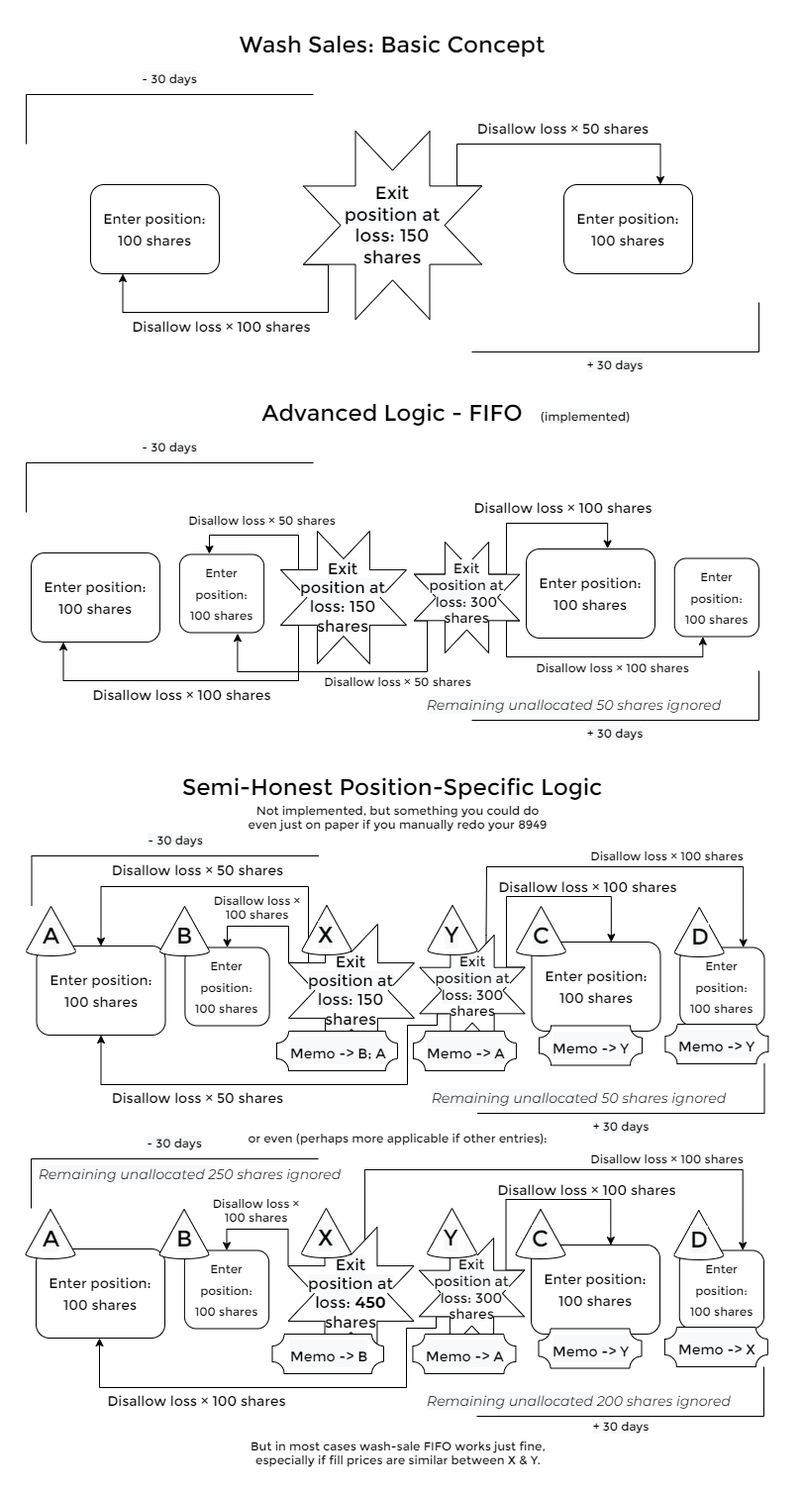
Earlier version of the draw.io export docs/compliance/wash-sale-logic.png (blocktransfer/py-TAD3-horizon). Source tidied: cells renumbered, new cells last; positions are measured from the earlier drawing's top-left corner, leaving out a move shared by most shapes.
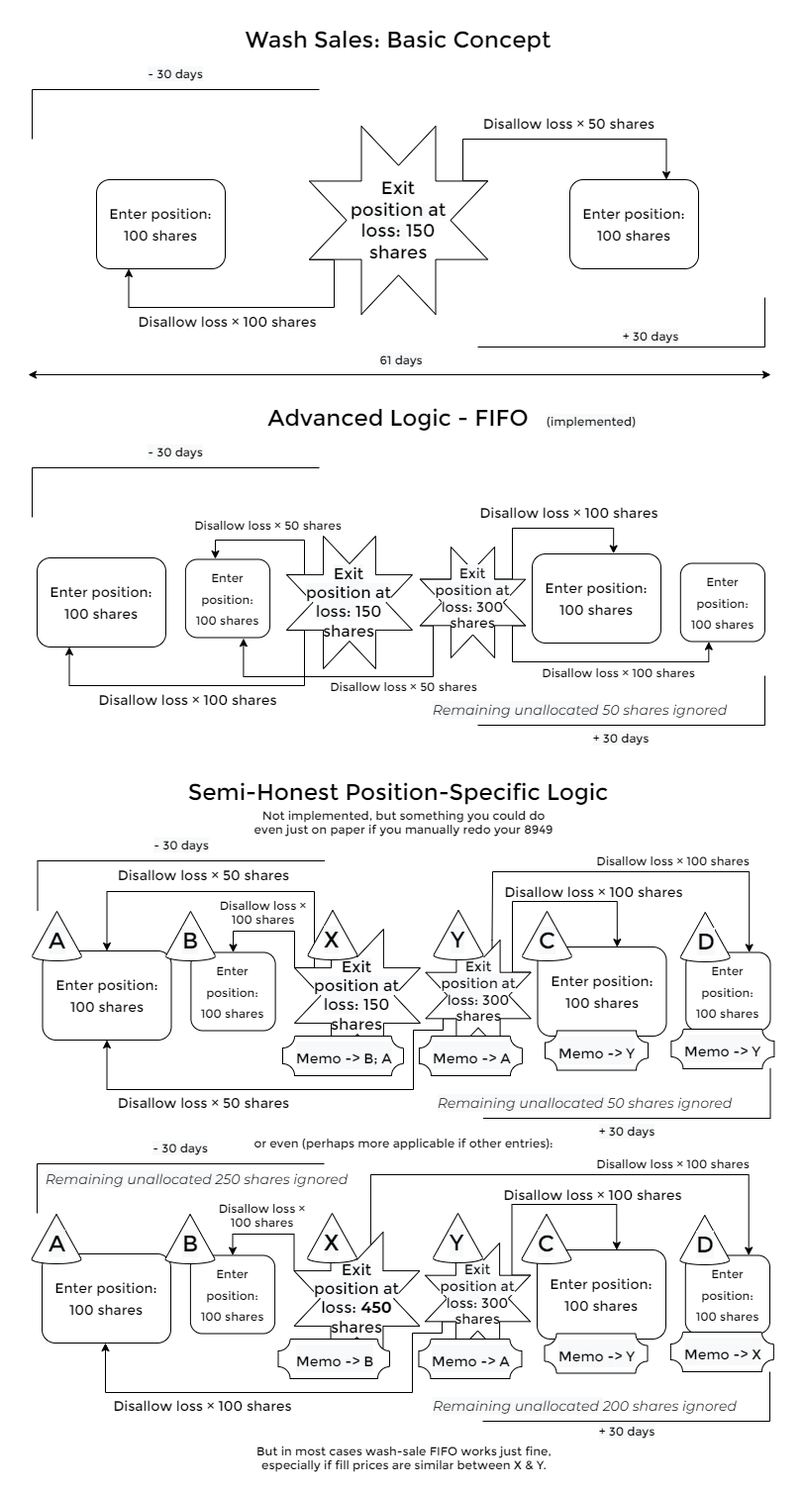
The same file after the commit.

What changed in the source:
```diff
@@ -5,50 +5,50 @@
     <mxCell id="2" style="edgeStyle=orthogonalEdgeStyle;rounded=0;jettySize=auto;html=1;exitX=0;exitY=0.71;exitDx=0;exitDy=0;exitPerimeter=0;entryX=0.25;entryY=1;entryDx=0;entryDy=0;fontFamily=Montserrat;fontSize=14;" parent="1" edge="1" source="4" target="10">
       <mxGeometry relative="1" as="geometry">
         <Array as="points">
-          <mxPoint x="306" y="242" />
-          <mxPoint x="306" y="290" />
-          <mxPoint x="99" y="290" />
+          <mxPoint x="306" y="232" />
+          <mxPoint x="306" y="280" />
+          <mxPoint x="99" y="280" />
         </Array>
       </mxGeometry>
     </mxCell>
     <mxCell id="3" style="edgeStyle=orthogonalEdgeStyle;rounded=0;jettySize=auto;html=1;exitX=1;exitY=0.29;exitDx=0;exitDy=0;exitPerimeter=0;entryX=0.75;entryY=0;entryDx=0;entryDy=0;fontFamily=Montserrat;fontSize=14;" parent="1" edge="1" source="4" target="11">
       <mxGeometry relative="1" as="geometry">
         <Array as="points">
-          <mxPoint x="436" y="162" />
-          <mxPoint x="436" y="120" />
-          <mxPoint x="642" y="120" />
+          <mxPoint x="436" y="152" />
+          <mxPoint x="436" y="110" />
+          <mxPoint x="642" y="110" />
         </Array>
       </mxGeometry>
     </mxCell>
     <mxCell id="4" style="verticalLabelPosition=bottom;verticalAlign=top;html=1;shape=mxgraph.basic.8_point_star;" parent="1" vertex="1">
-      <mxGeometry x="281" y="107" width="180" height="190" as="geometry" />
+      <mxGeometry x="281" y="97" width="180" height="190" as="geometry" />
     </mxCell>
     <mxCell id="5" value="&lt;span style=&quot;color: rgb(0, 0, 0); font-family: Montserrat; font-style: normal; font-variant-ligatures: normal; font-variant-caps: normal; font-weight: 400; letter-spacing: normal; orphans: 2; text-indent: 0px; text-transform: none; widows: 2; word-spacing: 0px; -webkit-text-stroke-width: 0px; background-color: rgb(248, 249, 250); text-decoration-thickness: initial; text-decoration-style: initial; text-decoration-color: initial; float: none; display: inline !important;&quot;&gt;&lt;font style=&quot;font-size: 18px;&quot;&gt;Exit position at loss:&amp;nbsp;&lt;/font&gt;&lt;/span&gt;&lt;span style=&quot;font-size: 18px;&quot;&gt;150 shares&lt;/span&gt;" style="text;whiteSpace=wrap;html=1;fontFamily=Montserrat;align=center;" parent="1" vertex="1">
-      <mxGeometry x="321" y="153" width="100" height="70" as="geometry" />
+      <mxGeometry x="321" y="143" width="100" height="70" as="geometry" />
     </mxCell>
     <mxCell id="6" style="shape=partialRectangle;whiteSpace=wrap;html=1;bottom=0;right=0;fillColor=none;fontFamily=Montserrat;" parent="1" vertex="1">
-      <mxGeometry x="1" y="70" width="290" height="50" as="geometry" />
+      <mxGeometry x="1" y="60" width="290" height="50" as="geometry" />
     </mxCell>
     <mxCell id="7" style="shape=partialRectangle;whiteSpace=wrap;html=1;bottom=0;right=0;fillColor=none;fontFamily=Montserrat;rotation=-180;" parent="1" vertex="1">
-      <mxGeometry x="451" y="280" width="290" height="50" as="geometry" />
+      <mxGeometry x="451" y="270" width="290" height="50" as="geometry" />
     </mxCell>
     <mxCell id="8" value="&lt;span style=&quot;color: rgb(0, 0, 0); font-family: Montserrat; font-size: 12px; font-style: normal; font-variant-ligatures: normal; font-variant-caps: normal; font-weight: 400; letter-spacing: normal; orphans: 2; text-indent: 0px; text-transform: none; widows: 2; word-spacing: 0px; -webkit-text-stroke-width: 0px; background-color: rgb(248, 249, 250); text-decoration-thickness: initial; text-decoration-style: initial; text-decoration-color: initial; float: none; display: inline !important;&quot;&gt;- 30 days&lt;/span&gt;" style="text;whiteSpace=wrap;html=1;fontFamily=Montserrat;align=center;" parent="1" vertex="1">
-      <mxGeometry x="106" y="41" width="80" height="40" as="geometry" />
+      <mxGeometry x="106" y="31" width="80" height="40" as="geometry" />
     </mxCell>
     <mxCell id="9" value="&lt;span style=&quot;color: rgb(0, 0, 0); font-family: Montserrat; font-size: 12px; font-style: normal; font-variant-ligatures: normal; font-variant-caps: normal; font-weight: 400; letter-spacing: normal; orphans: 2; text-indent: 0px; text-transform: none; widows: 2; word-spacing: 0px; -webkit-text-stroke-width: 0px; background-color: rgb(248, 249, 250); text-decoration-thickness: initial; text-decoration-style: initial; text-decoration-color: initial; float: none; display: inline !important;&quot;&gt;+ 30 days&lt;/span&gt;" style="text;whiteSpace=wrap;html=1;fontFamily=Montserrat;align=center;" parent="1" vertex="1">
-      <mxGeometry x="556" y="330" width="80" height="40" as="geometry" />
+      <mxGeometry x="586" y="296" width="80" height="40" as="geometry" />
     </mxCell>
     <mxCell id="10" value="&lt;font style=&quot;font-size: 14px;&quot;&gt;Enter position: 100 shares&lt;/font&gt;" style="rounded=1;whiteSpace=wrap;html=1;fontFamily=Montserrat;fontSize=18;" parent="1" vertex="1">
-      <mxGeometry x="66" y="161" width="130" height="90" as="geometry" />
+      <mxGeometry x="66" y="151" width="130" height="90" as="geometry" />
     </mxCell>
     <mxCell id="11" value="&lt;font style=&quot;font-size: 14px;&quot;&gt;Enter position: &lt;br&gt;100 shares&lt;/font&gt;" style="rounded=1;whiteSpace=wrap;html=1;fontFamily=Montserrat;fontSize=18;" parent="1" vertex="1">
-      <mxGeometry x="544" y="161" width="130" height="90" as="geometry" />
+      <mxGeometry x="544" y="151" width="130" height="90" as="geometry" />
     </mxCell>
     <mxCell id="12" value="&lt;font style=&quot;font-size: 14px;&quot;&gt;Disallow&amp;nbsp;loss&amp;nbsp;× 50 shares&lt;/font&gt;" style="text;whiteSpace=wrap;html=1;fontFamily=Montserrat;align=center;" parent="1" vertex="1">
-      <mxGeometry x="421" y="90" width="245" height="30" as="geometry" />
+      <mxGeometry x="421" y="80" width="245" height="30" as="geometry" />
     </mxCell>
     <mxCell id="13" value="&lt;font style=&quot;font-size: 14px;&quot;&gt;Disallow&amp;nbsp;loss&amp;nbsp;× 100 shares&lt;/font&gt;" style="text;whiteSpace=wrap;html=1;fontFamily=Montserrat;align=center;" parent="1" vertex="1">
-      <mxGeometry x="76" y="290" width="245" height="30" as="geometry" />
+      <mxGeometry x="76" y="280" width="245" height="30" as="geometry" />
     </mxCell>
     <mxCell id="14" style="edgeStyle=orthogonalEdgeStyle;rounded=0;jettySize=auto;html=1;exitX=0;exitY=0.71;exitDx=0;exitDy=0;exitPerimeter=0;entryX=0.25;entryY=1;entryDx=0;entryDy=0;fontFamily=Montserrat;fontSize=14;" parent="1" edge="1" source="16" target="22">
       <mxGeometry relative="1" as="geometry">
@@ -150,7 +150,7 @@
       <mxGeometry x="471" y="636" width="245" height="30" as="geometry" />
     </mxCell>
     <mxCell id="37" value="&lt;font style=&quot;font-size: 23px;&quot;&gt;Wash Sales: Basic Concept&lt;/font&gt;" style="text;whiteSpace=wrap;html=1;fontFamily=Montserrat;align=center;" parent="1" vertex="1">
-      <mxGeometry x="156" width="430" height="70" as="geometry" />
+      <mxGeometry x="156" y="-10" width="430" height="70" as="geometry" />
     </mxCell>
     <mxCell id="38" value="&lt;font style=&quot;font-size: 23px;&quot;&gt;Advanced Logic - FIFO&lt;/font&gt;" style="text;whiteSpace=wrap;html=1;fontFamily=Montserrat;align=center;" parent="1" vertex="1">
       <mxGeometry x="156" y="372" width="430" height="70" as="geometry" />
@@ -481,5 +481,14 @@
     <mxCell id="128" value="&lt;font style=&quot;font-size: 14px;&quot;&gt;&lt;i&gt;&lt;span style=&quot;color: rgb(0, 0, 0); font-family: Montserrat; font-variant-ligatures: normal; font-variant-caps: normal; font-weight: 400; letter-spacing: normal; orphans: 2; text-indent: 0px; text-transform: none; widows: 2; word-spacing: 0px; -webkit-text-stroke-width: 0px; background-color: rgb(248, 249, 250); text-decoration-thickness: initial; text-decoration-style: initial; text-decoration-color: initial; float: none; display: inline !important;&quot;&gt;&lt;font style=&quot;font-size: 14px;&quot;&gt;Remaining unallocated 2&lt;/font&gt;&lt;/span&gt;50 shares ignored&lt;/i&gt;&lt;/font&gt;" style="text;whiteSpace=wrap;html=1;fontFamily=Montserrat;align=center;" parent="1" vertex="1">
       <mxGeometry x="5.5" y="1146" width="323.1" height="31" as="geometry" />
     </mxCell>
+    <mxCell id="129" style="endArrow=classic;startArrow=classic;html=1;rounded=0;" parent="1" edge="1">
+      <mxGeometry relative="1" as="geometry">
+        <mxPoint x="-3" y="348" as="sourcePoint" />
+        <mxPoint x="747" y="348" as="targetPoint" />
+      </mxGeometry>
+    </mxCell>
+    <mxCell id="130" value="&lt;span style=&quot;color: rgb(0, 0, 0); font-family: Montserrat; font-size: 12px; font-style: normal; font-variant-ligatures: normal; font-variant-caps: normal; font-weight: 400; letter-spacing: normal; orphans: 2; text-indent: 0px; text-transform: none; widows: 2; word-spacing: 0px; -webkit-text-stroke-width: 0px; background-color: rgb(248, 249, 250); text-decoration-thickness: initial; text-decoration-style: initial; text-decoration-color: initial; float: none; display: inline !important;&quot;&gt;61 days&lt;/span&gt;" style="text;whiteSpace=wrap;html=1;fontFamily=Montserrat;align=center;" parent="1" vertex="1">
+      <mxGeometry x="333.5" y="320" width="80" height="40" as="geometry" />
+    </mxCell>
   </root>
 </mxGraphModel>
```
